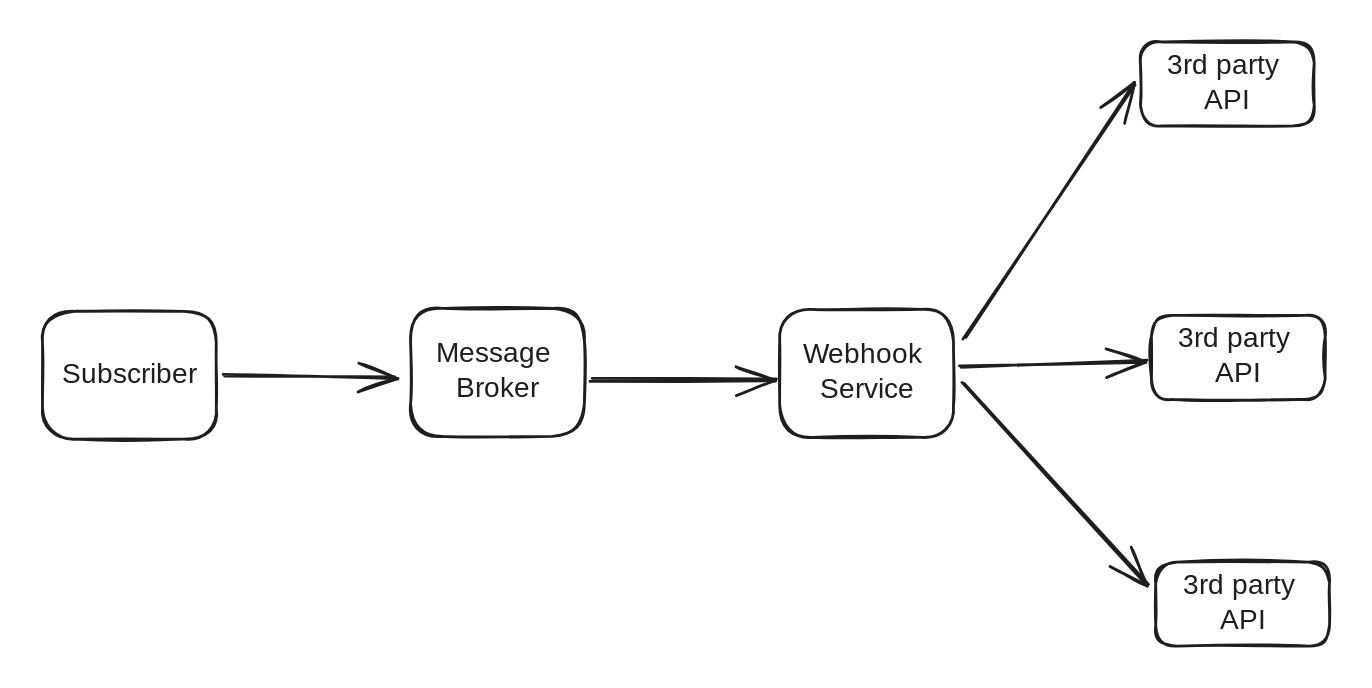
Before: .gitbook/assets/file.excalidraw (29).svg, a diagram exported from Excalidraw (dongzeli95/swe-interview). Source tidied: one line per element, renumbered; positions are measured from the earlier drawing's top-left corner, leaving out a move shared by most shapes.
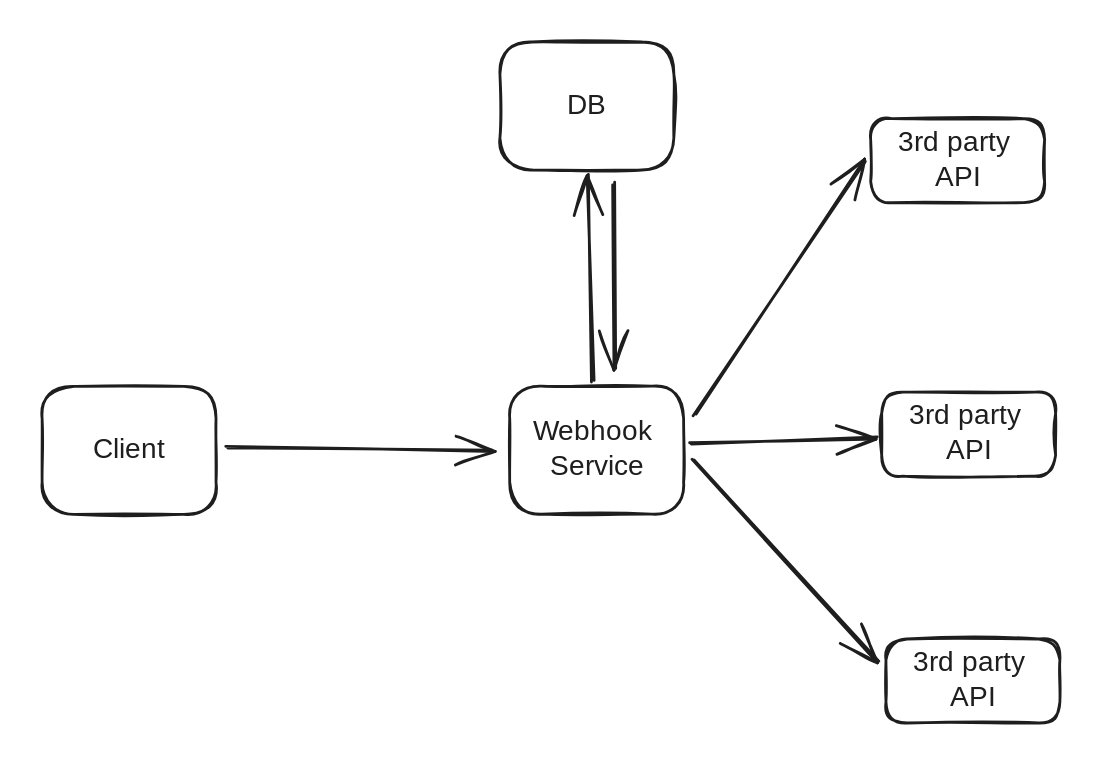
After the change.

The edit, as a diff of the source:
```diff
@@ -1,7 +1,5 @@
-{"id": 0, "type": "rectangle", "strokeColor": "#1e1e1e", "strokeWidth": 2, "roughness": 1, "round": true, "x": 0, "y": 193, "width": 124, "height": 91}
+{"id": 0, "type": "rectangle", "strokeColor": "#1e1e1e", "strokeWidth": 2, "roughness": 1, "round": true, "x": 193, "y": 191, "width": 124, "height": 91}
-{"id": 1, "type": "text", "text": "Subscriber", "strokeColor": "#1e1e1e", "strokeWidth": 2, "roughness": 1, "fontSize": 20, "fontFamily": 1, "textAlign": "center", "verticalAlign": "middle", "inside": 0, "x": 13, "y": 226, "width": 97, "height": 25}
+{"id": 1, "type": "text", "text": "Client", "strokeColor": "#1e1e1e", "strokeWidth": 2, "roughness": 1, "fontSize": 20, "fontFamily": 1, "textAlign": "center", "verticalAlign": "middle", "inside": 0, "x": 228, "y": 225, "width": 54, "height": 25}
-{"id": 2, "type": "rectangle", "strokeColor": "#1e1e1e", "strokeWidth": 2, "roughness": 1, "round": true, "x": 263, "y": 190, "width": 124, "height": 91}
-{"id": 3, "type": "text", "text": "Message \nBroker", "strokeColor": "#1e1e1e", "strokeWidth": 2, "roughness": 1, "fontSize": 20, "fontFamily": 1, "textAlign": "center", "verticalAlign": "middle", "inside": 2, "x": 279, "y": 211, "width": 92, "height": 50}
 {"id": 4, "type": "rectangle", "strokeColor": "#1e1e1e", "strokeWidth": 2, "roughness": 1, "round": true, "x": 527, "y": 191, "width": 124, "height": 91}
 {"id": 5, "type": "text", "text": "Webhook \nService", "strokeColor": "#1e1e1e", "strokeWidth": 2, "roughness": 1, "fontSize": 20, "fontFamily": 1, "textAlign": "center", "verticalAlign": "middle", "inside": 4, "x": 545, "y": 212, "width": 88, "height": 50}
 {"id": 6, "type": "rectangle", "strokeColor": "#1e1e1e", "strokeWidth": 2, "roughness": 1, "round": true, "x": 785, "y": 0, "width": 124, "height": 60}
@@ -10,8 +8,11 @@
 {"id": 9, "type": "text", "text": "3rd party \nAPI", "strokeColor": "#1e1e1e", "strokeWidth": 2, "roughness": 1, "fontSize": 20, "fontFamily": 1, "textAlign": "center", "verticalAlign": "middle", "inside": 8, "x": 802, "y": 200, "width": 106, "height": 50}
 {"id": 10, "type": "rectangle", "strokeColor": "#1e1e1e", "strokeWidth": 2, "roughness": 1, "round": true, "x": 796, "y": 372, "width": 124, "height": 60}
 {"id": 11, "type": "text", "text": "3rd party \nAPI", "strokeColor": "#1e1e1e", "strokeWidth": 2, "roughness": 1, "fontSize": 20, "fontFamily": 1, "textAlign": "center", "verticalAlign": "middle", "inside": 10, "x": 805, "y": 377, "width": 106, "height": 50}
-{"id": 12, "type": "arrow", "strokeColor": "#1e1e1e", "strokeWidth": 2, "roughness": 1, "endArrowhead": "arrow", "round": true, "from": 0, "to": 2, "x": 129, "y": 239, "width": 123, "height": 1, "points": [[0, 0], [123, 1]]}
-{"id": 13, "type": "arrow", "strokeColor": "#1e1e1e", "strokeWidth": 2, "roughness": 1, "endArrowhead": "arrow", "round": true, "from": 2, "to": 4, "x": 393, "y": 241, "width": 131, "height": 0, "points": [[0, 0], [131, 0]]}
 {"id": 14, "type": "arrow", "strokeColor": "#1e1e1e", "strokeWidth": 2, "roughness": 1, "endArrowhead": "arrow", "round": true, "from": 4, "to": 6, "x": 658, "y": 213, "width": 122, "height": 183, "points": [[0, 0], [122, -183]]}
 {"id": 15, "type": "arrow", "strokeColor": "#1e1e1e", "strokeWidth": 2, "roughness": 1, "endArrowhead": "arrow", "round": true, "from": 4, "to": 8, "x": 656, "y": 232, "width": 133, "height": 5, "points": [[0, 0], [133, -5]]}
 {"id": 16, "type": "arrow", "strokeColor": "#1e1e1e", "strokeWidth": 2, "roughness": 1, "endArrowhead": "arrow", "round": true, "from": 4, "to": 10, "x": 659, "y": 243, "width": 132, "height": 145, "points": [[0, 0], [132, 145]]}
+{"id": 17, "type": "arrow", "strokeColor": "#1e1e1e", "strokeWidth": 2, "roughness": 1, "endArrowhead": "arrow", "round": true, "from": 0, "to": 4, "x": 326, "y": 236, "width": 190, "height": 2, "points": [[0, 0], [190, 2]]}
+{"id": 18, "type": "rectangle", "strokeColor": "#1e1e1e", "strokeWidth": 2, "roughness": 1, "round": true, "x": 520, "y": -55, "width": 124, "height": 91}
+{"id": 19, "type": "text", "text": "DB", "strokeColor": "#1e1e1e", "strokeWidth": 2, "roughness": 1, "fontSize": 20, "fontFamily": 1, "textAlign": "center", "verticalAlign": "middle", "inside": 18, "x": 567, "y": -21, "width": 30, "height": 25}
+{"id": 20, "type": "arrow", "strokeColor": "#1e1e1e", "strokeWidth": 2, "roughness": 1, "endArrowhead": "arrow", "round": true, "from": 4, "to": 18, "x": 586, "y": 189, "width": 3, "height": 148, "points": [[0, 0], [-3, -148]]}
+{"id": 21, "type": "arrow", "strokeColor": "#1e1e1e", "strokeWidth": 2, "roughness": 1, "endArrowhead": "arrow", "round": true, "from": 18, "to": 4, "x": 602, "y": 47, "width": 1, "height": 132, "points": [[0, 0], [1, 132]]}
```
